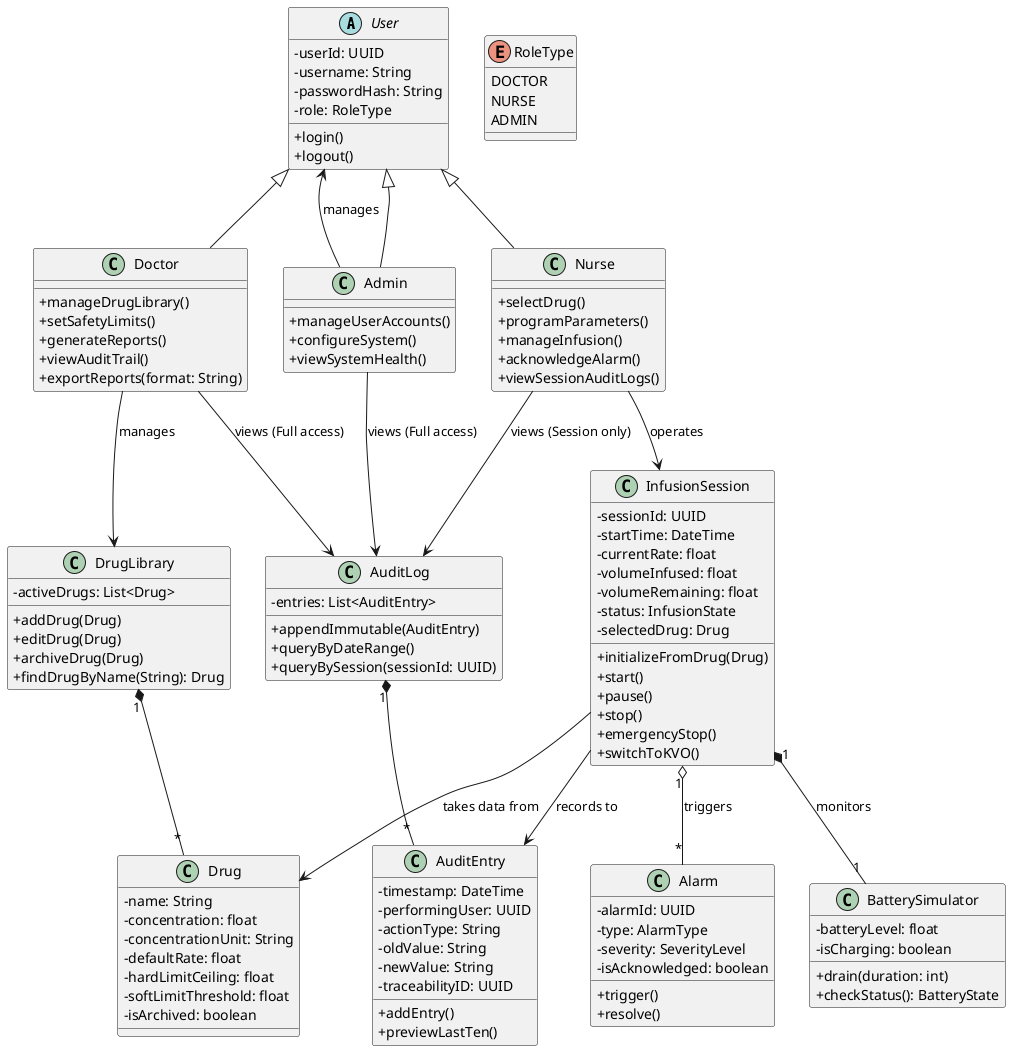
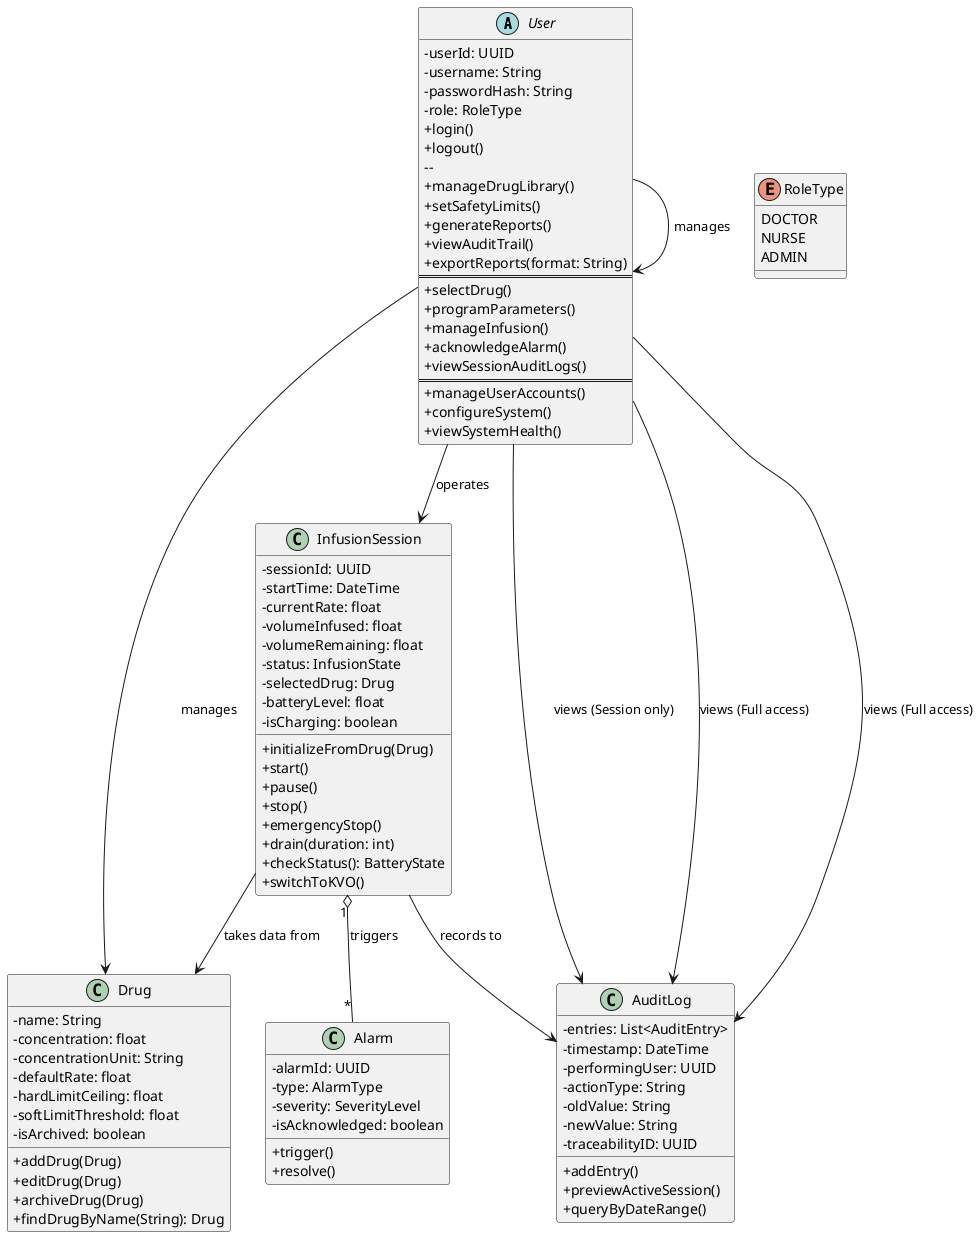
@startuml
skinparam classAttributeIconSize 0

' --- User Management & RBAC (F-A-01, S-ALL-01) ---
abstract class User {
  -userId: UUID
  -username: String
  -passwordHash: String
  -role: RoleType
  +login()
  +logout()
+     --
+   ' Doctor-specific functions
+   +manageDrugLibrary()
+   +setSafetyLimits()
+   +generateReports()
+   +viewAuditTrail()
+   +exportReports(format: String)
+   ==
+   ' Nurse-specific functions
+   +selectDrug()
+   +programParameters()
+   +manageInfusion()
+   +acknowledgeAlarm()
+   +viewSessionAuditLogs()
+   ==
+   ' Admin-specific functions
+   +manageUserAccounts()
+   +configureSystem()
+   +viewSystemHealth()
}

enum RoleType {
  DOCTOR
  NURSE
  ADMIN
}

- class Doctor {
-   ' Clinical Governance (1.2, 2.1)
-   +manageDrugLibrary()
-   +setSafetyLimits()
-   +generateReports()
-   +viewAuditTrail()
-   +exportReports(format: String)
- }
- 
- class Nurse {
-   ' Pump Operator (1.2, 2.2)
-   +selectDrug()
-   +programParameters()
-   +manageInfusion()
-   +acknowledgeAlarm()
-   +viewSessionAuditLogs()
- }
- 
- class Admin {
-   ' Technical Operator (1.2, 45)
-   +manageUserAccounts()
-   +configureSystem()
-   +viewSystemHealth()
- }

' --- Drug Library & Safety (F-D-01, F-D-02, SF-D-01) ---
class Drug {
  -name: String
  -concentration: float
  -concentrationUnit: String
  -defaultRate: float
  -hardLimitCeiling: float
  -softLimitThreshold: float
  -isArchived: boolean
- }
- 
- class DrugLibrary {
-   -activeDrugs: List<Drug>
  +addDrug(Drug)
  +editDrug(Drug)
  +archiveDrug(Drug)
  +findDrugByName(String): Drug
+ 
}

' --- Infusion & Simulation (F-N-04, F-N-06, SF-N-05) ---
class InfusionSession {
  -sessionId: UUID
  -startTime: DateTime
  -currentRate: float
  -volumeInfused: float
  -volumeRemaining: float
  -status: InfusionState
  -selectedDrug: Drug
+   -batteryLevel: float
+   -isCharging: boolean
  +initializeFromDrug(Drug)
  +start()
  +pause()
  +stop()
  +emergencyStop()
-   +switchToKVO()
- }
- 
- class BatterySimulator {
-   ' Requirement SF-N-05
-   -batteryLevel: float
-   -isCharging: boolean
  +drain(duration: int)
  +checkStatus(): BatteryState
+   +switchToKVO()
}

' --- Alarms & Safety Logic (F-N-07, SF-N-03) ---
class Alarm {
  -alarmId: UUID
  -type: AlarmType
  -severity: SeverityLevel
  -isAcknowledged: boolean
  +trigger()
  +resolve()
}

class AuditLog {
  ' Immutable Audit Trail (S-D-02, F-D-05)
  -entries: List<AuditEntry>
-   +appendImmutable(AuditEntry)
-   +queryByDateRange()
-   +queryBySession(sessionId: UUID)
- }
- 
- class AuditEntry {
  -timestamp: DateTime
  -performingUser: UUID
  -actionType: String
  -oldValue: String
  -newValue: String
  -traceabilityID: UUID
  +addEntry()
-   +previewLastTen()
+   +previewActiveSession()
+   +queryByDateRange()
}

- ' --- Relations based on SRS constraints ---
- User <|-- Doctor
- User <|-- Nurse
- User <|-- Admin

- ' Doctor governs DrugLibrary (F-D-01)
- Doctor --> DrugLibrary : manages
- DrugLibrary "1" *-- "*" Drug
+ ' Doctor governs Drug (F-D-01)
+ User --> Drug : manages

' Nurse operates InfusionSession (F-N-04)
- Nurse --> InfusionSession : operates
+ User --> InfusionSession : operates

- Nurse --> AuditLog : views (Session only)
+ User --> AuditLog : views (Session only)

- InfusionSession "1" *-- "1" BatterySimulator : monitors
InfusionSession "1" o-- "*" Alarm : triggers

InfusionSession --> Drug : "takes data from"

' Logging Relations (S-D-02, S-N-03)
- InfusionSession --> AuditEntry : records to
- AuditLog "1" *-- "*" AuditEntry
- Doctor --> AuditLog : views (Full access)
- Admin --> AuditLog : views (Full access)
+ InfusionSession --> AuditLog : records to
+ User --> AuditLog : views (Full access)
+ User --> AuditLog : views (Full access)

' Admin manages Users (F-A-01)
- Admin --> User : manages
+ User --> User : manages

@enduml